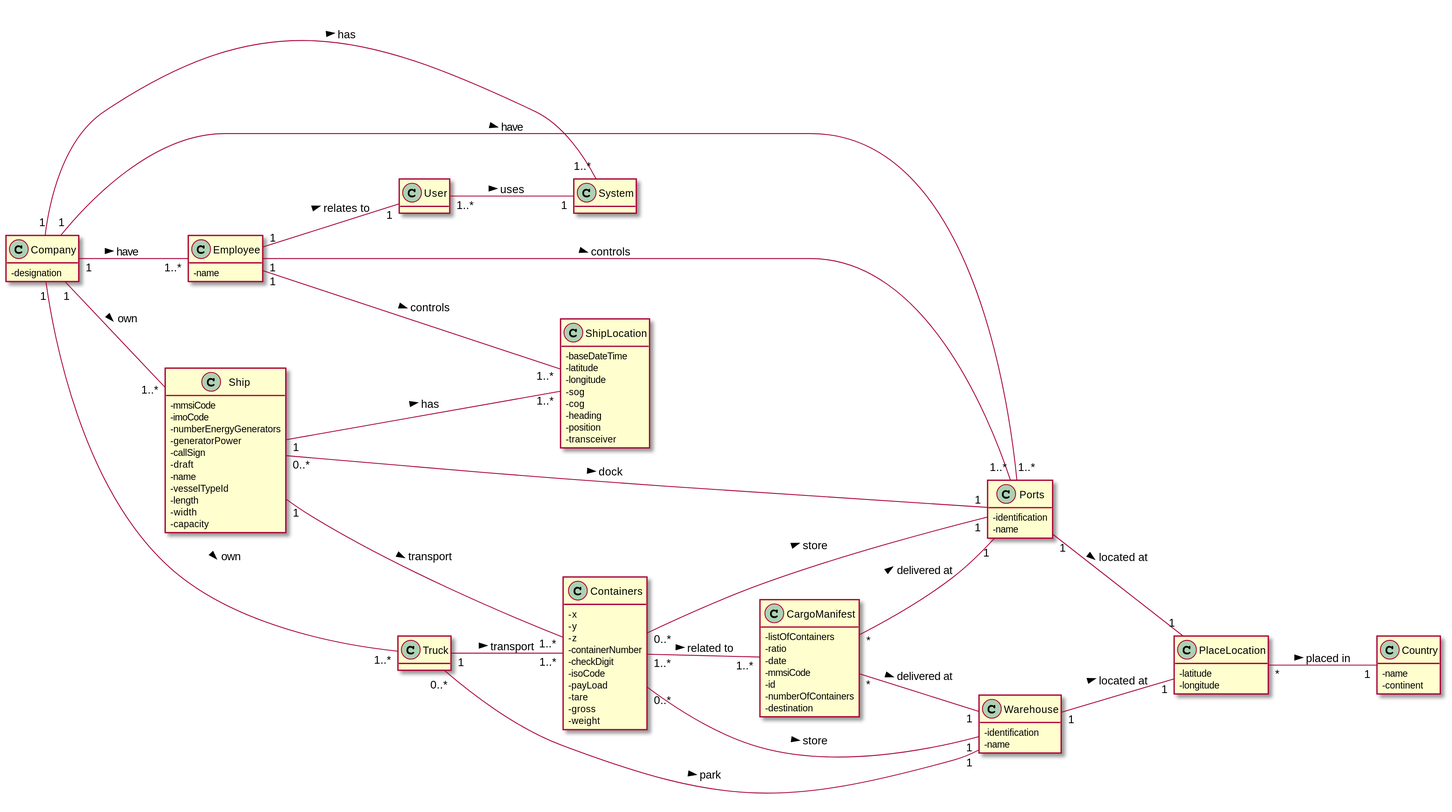
Above: docs/DM.svg in 0franciscor/lapr3-2021-g042 (PlantUML), before the change.
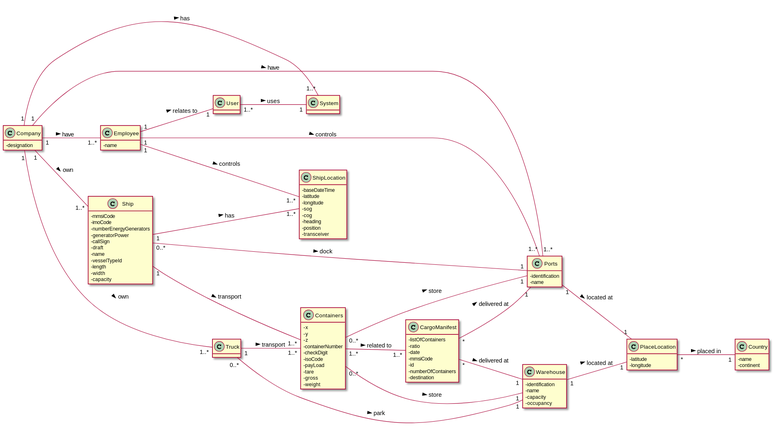
Above is the later version.

Change to the diagram source:
```diff
@@ -63,6 +63,8 @@
 class Warehouse {
 -identification
 -name
+-capacity
+-occupancy
 }
 
 class Country {
```
